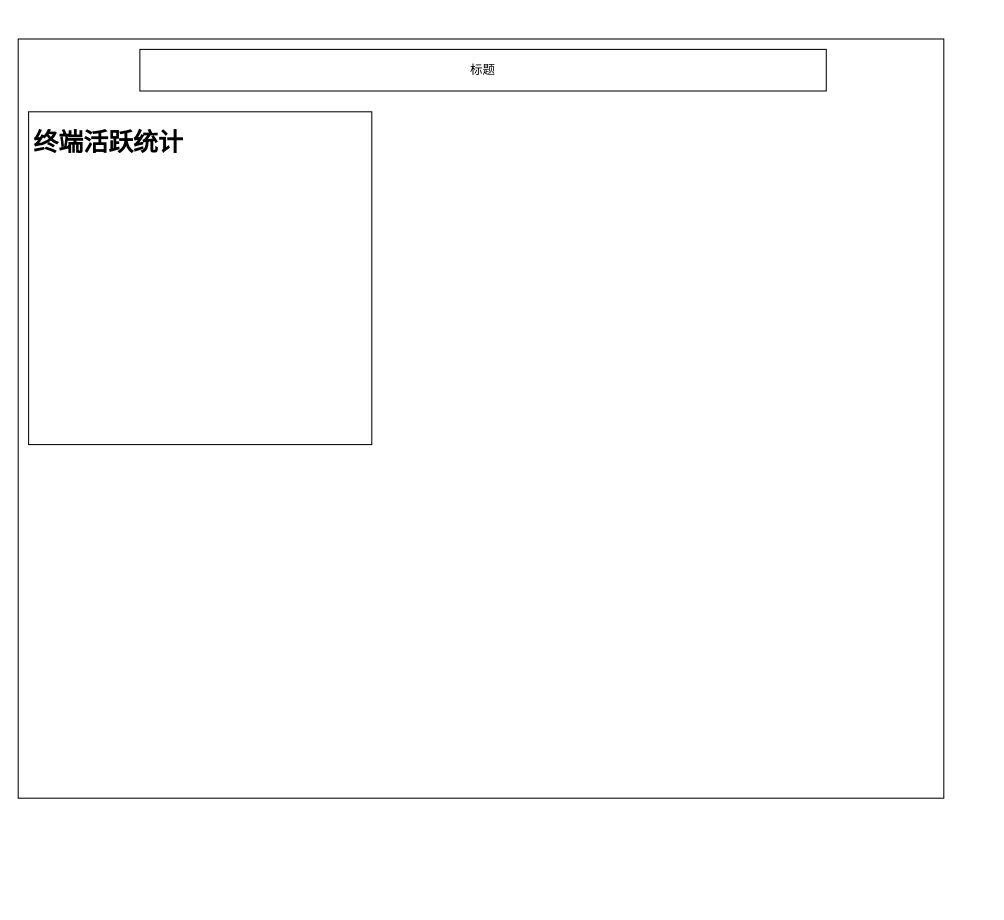
Earlier version of the draw.io diagram 动态报表.drawio (463024907/zabbix-report). Source tidied: cells renumbered, new cells numbered last; positions are measured from the earlier drawing's top-left corner, leaving out a move shared by most shapes. Both pictures are drawn from the tidied source at 104%, with x=0, y=0 at pixel (18, 38).
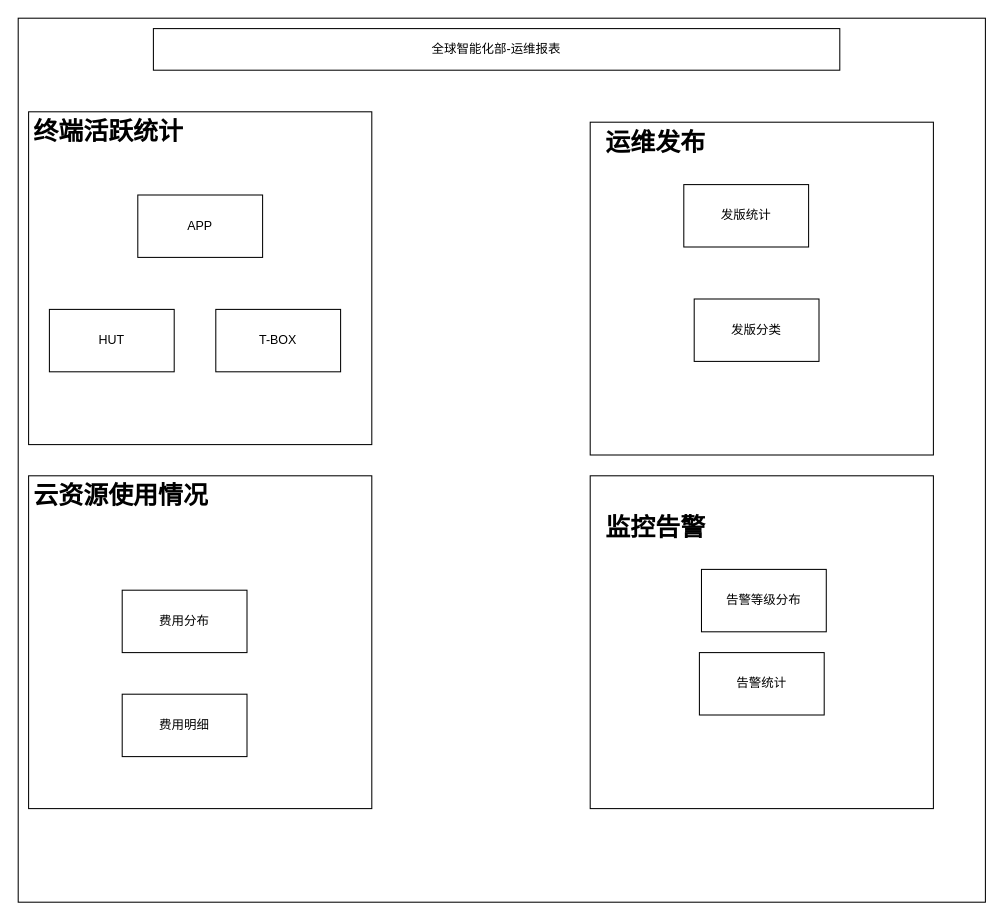
After the change.

Commit message (it also covers changes not shown here):
更新动态报表.drawio

The edit, as a diff of the source:
```diff
@@
     <mxCell id="2" style="rounded=0;whiteSpace=wrap;html=1;" parent="1" vertex="1">
-      <mxGeometry width="890" height="730" as="geometry" />
+      <mxGeometry y="-20" width="930" height="850" as="geometry" />
     </mxCell>
-    <mxCell id="3" value="标题" style="rounded=0;whiteSpace=wrap;html=1;" parent="1" vertex="1">
-      <mxGeometry x="117" y="10" width="660" height="40" as="geometry" />
+    <mxCell id="3" value="全球智能化部-运维报表" style="rounded=0;whiteSpace=wrap;html=1;" parent="1" vertex="1">
+      <mxGeometry x="130" y="-10" width="660" height="40" as="geometry" />
     </mxCell>
@@
     <mxCell id="5" value="&lt;h1&gt;终端活跃统计&lt;/h1&gt;" style="text;html=1;strokeColor=none;fillColor=none;spacing=5;spacingTop=-20;whiteSpace=wrap;overflow=hidden;rounded=0;" parent="1" vertex="1">
-      <mxGeometry x="10" y="80" width="160" height="30" as="geometry" />
+      <mxGeometry x="10" y="70" width="160" height="30" as="geometry" />
     </mxCell>
+    <mxCell id="6" value="APP" style="rounded=0;whiteSpace=wrap;html=1;" parent="1" vertex="1">
+      <mxGeometry x="115" y="150" width="120" height="60" as="geometry" />
+    </mxCell>
+    <mxCell id="7" value="T-BOX" style="rounded=0;whiteSpace=wrap;html=1;" parent="1" vertex="1">
+      <mxGeometry x="190" y="260" width="120" height="60" as="geometry" />
+    </mxCell>
+    <mxCell id="8" value="HUT" style="rounded=0;whiteSpace=wrap;html=1;" parent="1" vertex="1">
+      <mxGeometry x="30" y="260" width="120" height="60" as="geometry" />
+    </mxCell>
+    <mxCell id="9" style="rounded=0;whiteSpace=wrap;html=1;" parent="1" vertex="1">
+      <mxGeometry x="10" y="420" width="330" height="320" as="geometry" />
+    </mxCell>
+    <mxCell id="10" value="&lt;h1&gt;云资源使用情况&lt;/h1&gt;" style="text;html=1;strokeColor=none;fillColor=none;spacing=5;spacingTop=-20;whiteSpace=wrap;overflow=hidden;rounded=0;" parent="1" vertex="1">
+      <mxGeometry x="10" y="420" width="200" height="40" as="geometry" />
+    </mxCell>
+    <mxCell id="11" value="费用分布" style="rounded=0;whiteSpace=wrap;html=1;" parent="1" vertex="1">
+      <mxGeometry x="100" y="530" width="120" height="60" as="geometry" />
+    </mxCell>
+    <mxCell id="12" value="费用明细" style="rounded=0;whiteSpace=wrap;html=1;" parent="1" vertex="1">
+      <mxGeometry x="100" y="630" width="120" height="60" as="geometry" />
+    </mxCell>
+    <mxCell id="13" style="rounded=0;whiteSpace=wrap;html=1;" parent="1" vertex="1">
+      <mxGeometry x="550" y="80" width="330" height="320" as="geometry" />
+    </mxCell>
+    <mxCell id="14" value="&lt;h1&gt;运维发布&lt;/h1&gt;" style="text;html=1;strokeColor=none;fillColor=none;spacing=5;spacingTop=-20;whiteSpace=wrap;overflow=hidden;rounded=0;" parent="1" vertex="1">
+      <mxGeometry x="560" y="80" width="200" height="40" as="geometry" />
+    </mxCell>
+    <mxCell id="15" value="发版统计" style="rounded=0;whiteSpace=wrap;html=1;" parent="1" vertex="1">
+      <mxGeometry x="640" y="140" width="120" height="60" as="geometry" />
+    </mxCell>
+    <mxCell id="16" value="发版分类" style="rounded=0;whiteSpace=wrap;html=1;" parent="1" vertex="1">
+      <mxGeometry x="650" y="250" width="120" height="60" as="geometry" />
+    </mxCell>
+    <mxCell id="17" style="rounded=0;whiteSpace=wrap;html=1;" parent="1" vertex="1">
+      <mxGeometry x="550" y="420" width="330" height="320" as="geometry" />
+    </mxCell>
+    <mxCell id="18" value="&lt;h1&gt;监控告警&lt;span style=&quot;white-space: pre&quot;&gt; &lt;/span&gt;&lt;/h1&gt;" style="text;html=1;strokeColor=none;fillColor=none;spacing=5;spacingTop=-20;whiteSpace=wrap;overflow=hidden;rounded=0;" parent="1" vertex="1">
+      <mxGeometry x="560" y="450" width="200" height="40" as="geometry" />
+    </mxCell>
+    <mxCell id="19" value="告警等级分布" style="rounded=0;whiteSpace=wrap;html=1;" parent="1" vertex="1">
+      <mxGeometry x="657" y="510" width="120" height="60" as="geometry" />
+    </mxCell>
+    <mxCell id="20" value="告警统计" style="rounded=0;whiteSpace=wrap;html=1;" parent="1" vertex="1">
+      <mxGeometry x="655" y="590" width="120" height="60" as="geometry" />
+    </mxCell>
```
